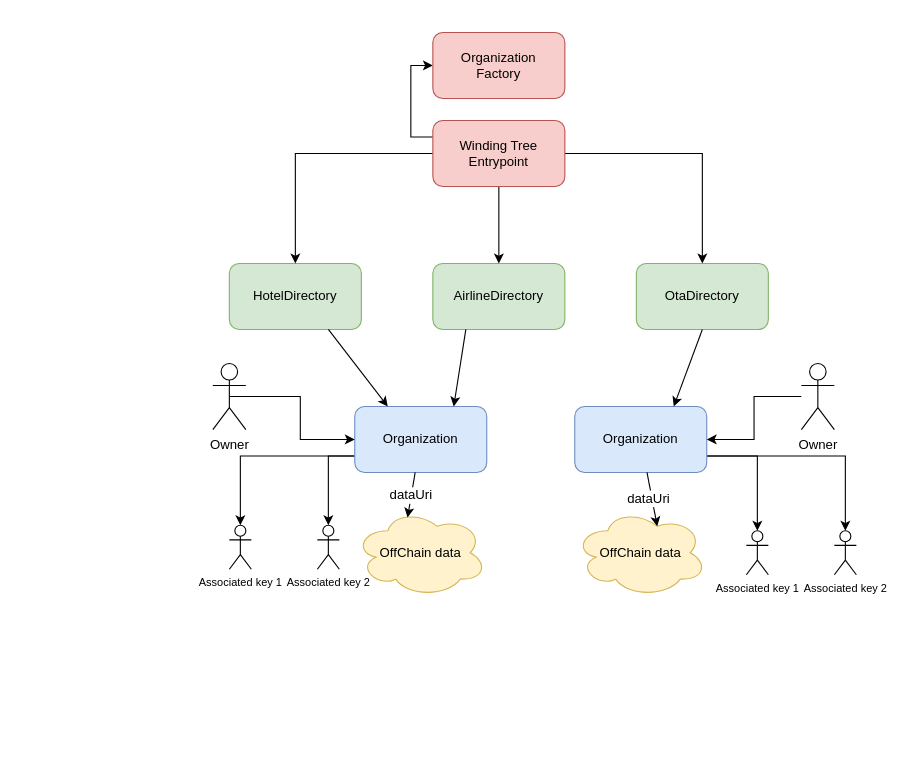
This is assets/contracts-schema.drawio from windingtree/org.id, a draw.io file, before an edit. Source tidied: cells renumbered, new cells numbered last; positions are measured from the earlier drawing's top-left corner, leaving out a move shared by most shapes. Both pictures are drawn from the tidied source at 110%, with x=0, y=0 at pixel (212, 32).
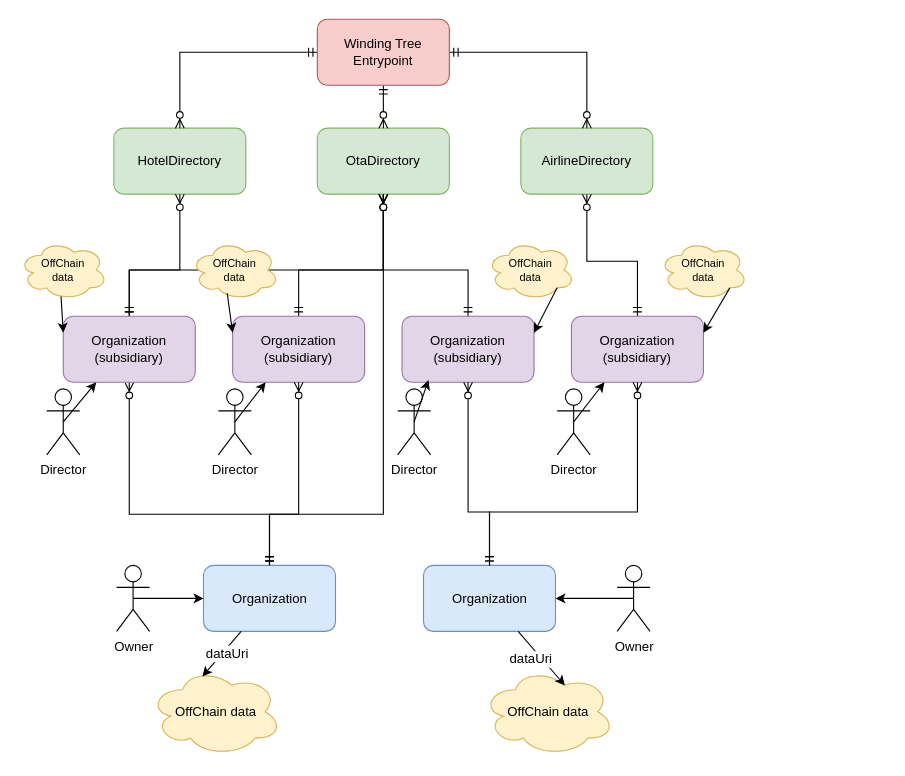
Above is the later version.

What changed in the source:
```diff
@@
-    <mxCell id="2" style="edgeStyle=orthogonalEdgeStyle;rounded=0;jettySize=auto;html=1;exitX=0;exitY=0.75;exitDx=0;exitDy=0;entryX=0.5;entryY=0;entryDx=0;entryDy=0;entryPerimeter=0;fontSize=10;" parent="1" edge="1" source="4" target="29">
-      <mxGeometry relative="1" as="geometry" />
-    </mxCell>
-    <mxCell id="3" style="edgeStyle=orthogonalEdgeStyle;rounded=0;jettySize=auto;html=1;exitX=0;exitY=0.75;exitDx=0;exitDy=0;entryX=0.5;entryY=0;entryDx=0;entryDy=0;entryPerimeter=0;fontSize=10;" parent="1" edge="1" source="4" target="30">
-      <mxGeometry relative="1" as="geometry">
-        <Array as="points">
-          <mxPoint x="105" y="385" />
-        </Array>
-      </mxGeometry>
-    </mxCell>
+    <mxCell id="34" style="edgeStyle=orthogonalEdgeStyle;rounded=0;jettySize=auto;html=1;exitX=0.5;exitY=0;exitDx=0;exitDy=0;entryX=0.5;entryY=1;entryDx=0;entryDy=0;startArrow=ERmandOne;startFill=0;endArrow=ERzeroToMany;endFill=1;" parent="1" edge="1" source="4" target="38">
+      <mxGeometry relative="1" as="geometry">
+        <Array as="points">
+          <mxPoint x="52" y="438" />
+          <mxPoint x="-76" y="438" />
+        </Array>
+      </mxGeometry>
+    </mxCell>
+    <mxCell id="35" style="edgeStyle=orthogonalEdgeStyle;rounded=0;jettySize=auto;html=1;exitX=0.5;exitY=0;exitDx=0;exitDy=0;entryX=0.5;entryY=1;entryDx=0;entryDy=0;startArrow=ERmandOne;startFill=0;endArrow=ERzeroToMany;endFill=1;" parent="1" edge="1" source="4" target="9">
+      <mxGeometry relative="1" as="geometry">
+        <Array as="points">
+          <mxPoint x="52" y="438" />
+          <mxPoint x="155" y="438" />
+        </Array>
+      </mxGeometry>
+    </mxCell>
     <mxCell id="4" value="Organization" style="rounded=1;whiteSpace=wrap;html=1;fillColor=#dae8fc;strokeColor=#6c8ebf;" parent="1" vertex="1">
-      <mxGeometry x="129" y="340" width="120" height="60" as="geometry" />
+      <mxGeometry x="-8.5" y="484.5" width="120" height="60" as="geometry" />
     </mxCell>
     <mxCell id="5" value="OffChain data" style="ellipse;shape=cloud;whiteSpace=wrap;html=1;fillColor=#fff2cc;strokeColor=#d6b656;" parent="1" vertex="1">
-      <mxGeometry x="129" y="433" width="120" height="80" as="geometry" />
+      <mxGeometry x="-57.5" y="577.5" width="120" height="80" as="geometry" />
     </mxCell>
@@
     <mxCell id="8" value="HotelDirectory" style="rounded=1;whiteSpace=wrap;html=1;fillColor=#d5e8d4;strokeColor=#82b366;" parent="1" vertex="1">
-      <mxGeometry x="15" y="210" width="120" height="60" as="geometry" />
+      <mxGeometry x="-90" y="87" width="120" height="60" as="geometry" />
     </mxCell>
-    <mxCell id="9" value="AirlineDirectory" style="rounded=1;whiteSpace=wrap;html=1;fillColor=#d5e8d4;strokeColor=#82b366;" parent="1" vertex="1">
-      <mxGeometry x="200" y="210" width="120" height="60" as="geometry" />
+    <mxCell id="9" value="OtaDirectory" style="rounded=1;whiteSpace=wrap;html=1;fillColor=#d5e8d4;strokeColor=#82b366;" parent="1" vertex="1">
+      <mxGeometry x="95" y="87" width="120" height="60" as="geometry" />
     </mxCell>
-    <mxCell id="10" value="OtaDirectory" style="rounded=1;whiteSpace=wrap;html=1;fillColor=#d5e8d4;strokeColor=#82b366;" parent="1" vertex="1">
-      <mxGeometry x="385" y="210" width="120" height="60" as="geometry" />
+    <mxCell id="10" value="&lt;span style=&quot;white-space: normal&quot;&gt;AirlineDirectory&lt;/span&gt;" style="rounded=1;whiteSpace=wrap;html=1;fillColor=#d5e8d4;strokeColor=#82b366;" parent="1" vertex="1">
+      <mxGeometry x="280" y="87" width="120" height="60" as="geometry" />
     </mxCell>
-    <mxCell id="11" style="edgeStyle=orthogonalEdgeStyle;rounded=0;jettySize=auto;html=1;exitX=1;exitY=0.75;exitDx=0;exitDy=0;entryX=0.5;entryY=0;entryDx=0;entryDy=0;entryPerimeter=0;fontSize=10;" parent="1" edge="1" source="13" target="31">
-      <mxGeometry relative="1" as="geometry" />
-    </mxCell>
-    <mxCell id="12" style="edgeStyle=orthogonalEdgeStyle;rounded=0;jettySize=auto;html=1;exitX=1;exitY=0.75;exitDx=0;exitDy=0;entryX=0.5;entryY=0;entryDx=0;entryDy=0;entryPerimeter=0;fontSize=10;" parent="1" edge="1" source="13" target="32">
-      <mxGeometry relative="1" as="geometry" />
-    </mxCell>
     <mxCell id="13" value="Organization" style="rounded=1;whiteSpace=wrap;html=1;fillColor=#dae8fc;strokeColor=#6c8ebf;" parent="1" vertex="1">
-      <mxGeometry x="329" y="340" width="120" height="60" as="geometry" />
+      <mxGeometry x="191.5" y="484.5" width="120" height="60" as="geometry" />
     </mxCell>
     <mxCell id="14" value="OffChain data" style="ellipse;shape=cloud;whiteSpace=wrap;html=1;fillColor=#fff2cc;strokeColor=#d6b656;" parent="1" vertex="1">
-      <mxGeometry x="329" y="433" width="120" height="80" as="geometry" />
+      <mxGeometry x="245" y="577.5" width="120" height="80" as="geometry" />
     </mxCell>
@@
-    <mxCell id="17" style="endArrow=classic;html=1;entryX=0.25;entryY=0;entryDx=0;entryDy=0;exitX=0.75;exitY=1;exitDx=0;exitDy=0;" parent="1" edge="1" source="8" target="4">
-      <mxGeometry relative="1" as="geometry" />
-    </mxCell>
-    <mxCell id="18" style="endArrow=classic;html=1;exitX=0.25;exitY=1;exitDx=0;exitDy=0;entryX=0.75;entryY=0;entryDx=0;entryDy=0;" parent="1" edge="1" source="9" target="4">
-      <mxGeometry relative="1" as="geometry" />
-    </mxCell>
-    <mxCell id="19" style="endArrow=classic;html=1;entryX=0.75;entryY=0;entryDx=0;entryDy=0;exitX=0.5;exitY=1;exitDx=0;exitDy=0;" parent="1" edge="1" source="10" target="13">
-      <mxGeometry relative="1" as="geometry" />
-    </mxCell>
@@
     <mxCell id="21" value="Owner&lt;br&gt;" style="shape=umlActor;verticalLabelPosition=bottom;labelBackgroundColor=#ffffff;verticalAlign=top;html=1;outlineConnect=0;" parent="1" vertex="1">
-      <mxGeometry y="301" width="30" height="60" as="geometry" />
+      <mxGeometry x="-87.5" y="484.5" width="30" height="60" as="geometry" />
     </mxCell>
-    <mxCell id="22" style="edgeStyle=orthogonalEdgeStyle;rounded=0;jettySize=auto;html=1;entryX=1;entryY=0.5;entryDx=0;entryDy=0;" parent="1" edge="1" source="23" target="13">
+    <mxCell id="22" style="edgeStyle=orthogonalEdgeStyle;rounded=0;jettySize=auto;html=1;entryX=1;entryY=0.5;entryDx=0;entryDy=0;exitX=0.5;exitY=0.5;exitDx=0;exitDy=0;exitPerimeter=0;" parent="1" edge="1" source="23" target="13">
       <mxGeometry relative="1" as="geometry" />
     </mxCell>
     <mxCell id="23" value="Owner&lt;br&gt;" style="shape=umlActor;verticalLabelPosition=bottom;labelBackgroundColor=#ffffff;verticalAlign=top;html=1;outlineConnect=0;" parent="1" vertex="1">
-      <mxGeometry x="535" y="301" width="30" height="60" as="geometry" />
+      <mxGeometry x="367.5" y="484.5" width="30" height="60" as="geometry" />
     </mxCell>
-    <mxCell id="24" style="edgeStyle=orthogonalEdgeStyle;rounded=0;jettySize=auto;html=1;" parent="1" edge="1" source="28" target="9">
+    <mxCell id="24" style="edgeStyle=orthogonalEdgeStyle;rounded=0;jettySize=auto;html=1;startArrow=ERmandOne;startFill=0;endArrow=ERzeroToMany;endFill=1;" parent="1" edge="1" source="28" target="9">
       <mxGeometry relative="1" as="geometry" />
     </mxCell>
-    <mxCell id="25" style="edgeStyle=orthogonalEdgeStyle;rounded=0;jettySize=auto;html=1;" parent="1" edge="1" source="28" target="10">
+    <mxCell id="25" style="edgeStyle=orthogonalEdgeStyle;rounded=0;jettySize=auto;html=1;startArrow=ERmandOne;startFill=0;endArrow=ERzeroToMany;endFill=1;" parent="1" edge="1" source="28" target="10">
       <mxGeometry relative="1" as="geometry" />
     </mxCell>
-    <mxCell id="26" style="edgeStyle=orthogonalEdgeStyle;rounded=0;jettySize=auto;html=1;" parent="1" edge="1" source="28" target="8">
+    <mxCell id="26" style="edgeStyle=orthogonalEdgeStyle;rounded=0;jettySize=auto;html=1;endArrow=ERzeroToMany;endFill=1;startArrow=ERmandOne;startFill=0;" parent="1" edge="1" source="28" target="8">
       <mxGeometry relative="1" as="geometry" />
     </mxCell>
-    <mxCell id="27" style="edgeStyle=orthogonalEdgeStyle;rounded=0;jettySize=auto;html=1;exitX=0;exitY=0.25;exitDx=0;exitDy=0;entryX=0;entryY=0.5;entryDx=0;entryDy=0;" parent="1" edge="1" source="28" target="33">
-      <mxGeometry relative="1" as="geometry">
-        <Array as="points">
-          <mxPoint x="180" y="95" />
-          <mxPoint x="180" y="30" />
-        </Array>
-      </mxGeometry>
-    </mxCell>
     <mxCell id="28" value="Winding Tree Entrypoint" style="rounded=1;whiteSpace=wrap;html=1;fillColor=#f8cecc;strokeColor=#b85450;" parent="1" vertex="1">
-      <mxGeometry x="200" y="80" width="120" height="60" as="geometry" />
+      <mxGeometry x="95" y="-12" width="120" height="60" as="geometry" />
     </mxCell>
-    <mxCell id="29" value="Associated key 1&lt;br style=&quot;font-size: 10px&quot;&gt;" style="shape=umlActor;verticalLabelPosition=bottom;labelBackgroundColor=#ffffff;verticalAlign=top;html=1;outlineConnect=0;fontSize=10;" parent="1" vertex="1">
-      <mxGeometry x="15" y="448" width="20" height="40" as="geometry" />
-    </mxCell>
-    <mxCell id="30" value="Associated key 2&lt;br style=&quot;font-size: 10px&quot;&gt;" style="shape=umlActor;verticalLabelPosition=bottom;labelBackgroundColor=#ffffff;verticalAlign=top;html=1;outlineConnect=0;fontSize=10;" parent="1" vertex="1">
-      <mxGeometry x="95" y="448" width="20" height="40" as="geometry" />
-    </mxCell>
-    <mxCell id="31" value="Associated key 1&lt;br style=&quot;font-size: 10px&quot;&gt;" style="shape=umlActor;verticalLabelPosition=bottom;labelBackgroundColor=#ffffff;verticalAlign=top;html=1;outlineConnect=0;fontSize=10;" parent="1" vertex="1">
-      <mxGeometry x="485" y="453" width="20" height="40" as="geometry" />
-    </mxCell>
-    <mxCell id="32" value="Associated key 2&lt;br style=&quot;font-size: 10px&quot;&gt;" style="shape=umlActor;verticalLabelPosition=bottom;labelBackgroundColor=#ffffff;verticalAlign=top;html=1;outlineConnect=0;fontSize=10;" parent="1" vertex="1">
-      <mxGeometry x="565" y="453" width="20" height="40" as="geometry" />
-    </mxCell>
-    <mxCell id="33" value="Organization&lt;br&gt;Factory&lt;br&gt;" style="rounded=1;whiteSpace=wrap;html=1;fillColor=#f8cecc;strokeColor=#b85450;" parent="1" vertex="1">
-      <mxGeometry x="200" width="120" height="60" as="geometry" />
-    </mxCell>
+    <mxCell id="36" style="edgeStyle=orthogonalEdgeStyle;rounded=0;jettySize=auto;html=1;exitX=0.5;exitY=0;exitDx=0;exitDy=0;entryX=0.5;entryY=1;entryDx=0;entryDy=0;startArrow=ERmandOne;startFill=0;endArrow=ERzeroToMany;endFill=1;" parent="1" edge="1" source="38" target="8">
+      <mxGeometry relative="1" as="geometry">
+        <Array as="points">
+          <mxPoint x="-76" y="216" />
+          <mxPoint x="-30" y="216" />
+        </Array>
+      </mxGeometry>
+    </mxCell>
+    <mxCell id="37" style="edgeStyle=orthogonalEdgeStyle;rounded=0;jettySize=auto;html=1;exitX=0.5;exitY=0;exitDx=0;exitDy=0;entryX=0.5;entryY=1;entryDx=0;entryDy=0;startArrow=ERmandOne;startFill=0;endArrow=ERzeroToMany;endFill=1;" parent="1" edge="1" source="38" target="9">
+      <mxGeometry relative="1" as="geometry">
+        <Array as="points">
+          <mxPoint x="-76" y="216" />
+          <mxPoint x="155" y="216" />
+        </Array>
+      </mxGeometry>
+    </mxCell>
+    <mxCell id="38" value="Organization&lt;br&gt;(subsidiary)" style="rounded=1;whiteSpace=wrap;html=1;fillColor=#e1d5e7;strokeColor=#9673a6;" parent="1" vertex="1">
+      <mxGeometry x="-136" y="258" width="120" height="60" as="geometry" />
+    </mxCell>
+    <mxCell id="39" style="edgeStyle=orthogonalEdgeStyle;rounded=0;jettySize=auto;html=1;exitX=0.5;exitY=0;exitDx=0;exitDy=0;entryX=0.5;entryY=1;entryDx=0;entryDy=0;startArrow=ERmandOne;startFill=0;endArrow=ERzeroToMany;endFill=1;" parent="1" edge="1" source="40" target="9">
+      <mxGeometry relative="1" as="geometry">
+        <Array as="points">
+          <mxPoint x="78" y="216" />
+          <mxPoint x="155" y="216" />
+        </Array>
+      </mxGeometry>
+    </mxCell>
+    <mxCell id="40" value="Organization&lt;br&gt;(subsidiary)" style="rounded=1;whiteSpace=wrap;html=1;fillColor=#e1d5e7;strokeColor=#9673a6;" parent="1" vertex="1">
+      <mxGeometry x="18" y="258" width="120" height="60" as="geometry" />
+    </mxCell>
+    <mxCell id="41" style="edgeStyle=orthogonalEdgeStyle;rounded=0;jettySize=auto;html=1;exitX=0.5;exitY=0;exitDx=0;exitDy=0;entryX=0.5;entryY=1;entryDx=0;entryDy=0;startArrow=ERmandOne;startFill=0;endArrow=ERzeroToMany;endFill=1;" parent="1" edge="1" source="42" target="9">
+      <mxGeometry relative="1" as="geometry">
+        <Array as="points">
+          <mxPoint x="232" y="216" />
+          <mxPoint x="155" y="216" />
+        </Array>
+      </mxGeometry>
+    </mxCell>
+    <mxCell id="42" value="Organization&lt;br&gt;(subsidiary)" style="rounded=1;whiteSpace=wrap;html=1;fillColor=#e1d5e7;strokeColor=#9673a6;" parent="1" vertex="1">
+      <mxGeometry x="172" y="258" width="120" height="60" as="geometry" />
+    </mxCell>
+    <mxCell id="43" style="edgeStyle=orthogonalEdgeStyle;rounded=0;jettySize=auto;html=1;exitX=0.5;exitY=0;exitDx=0;exitDy=0;entryX=0.5;entryY=1;entryDx=0;entryDy=0;startArrow=ERmandOne;startFill=0;endArrow=ERzeroToMany;endFill=1;" parent="1" edge="1" source="44" target="10">
+      <mxGeometry relative="1" as="geometry">
+        <Array as="points">
+          <mxPoint x="386" y="208" />
+          <mxPoint x="340" y="208" />
+        </Array>
+      </mxGeometry>
+    </mxCell>
+    <mxCell id="44" value="Organization&lt;br&gt;(subsidiary)" style="rounded=1;whiteSpace=wrap;html=1;fillColor=#e1d5e7;strokeColor=#9673a6;" parent="1" vertex="1">
+      <mxGeometry x="326" y="258" width="120" height="60" as="geometry" />
+    </mxCell>
+    <mxCell id="45" value="Director" style="shape=umlActor;verticalLabelPosition=bottom;labelBackgroundColor=#ffffff;verticalAlign=top;html=1;outlineConnect=0;" parent="1" vertex="1">
+      <mxGeometry x="-151" y="324" width="30" height="60" as="geometry" />
+    </mxCell>
+    <mxCell id="46" value="Director" style="shape=umlActor;verticalLabelPosition=bottom;labelBackgroundColor=#ffffff;verticalAlign=top;html=1;outlineConnect=0;" parent="1" vertex="1">
+      <mxGeometry x="5" y="324" width="30" height="60" as="geometry" />
+    </mxCell>
+    <mxCell id="47" value="Director" style="shape=umlActor;verticalLabelPosition=bottom;labelBackgroundColor=#ffffff;verticalAlign=top;html=1;outlineConnect=0;" parent="1" vertex="1">
+      <mxGeometry x="168" y="324" width="30" height="60" as="geometry" />
+    </mxCell>
+    <mxCell id="48" value="Director" style="shape=umlActor;verticalLabelPosition=bottom;labelBackgroundColor=#ffffff;verticalAlign=top;html=1;outlineConnect=0;" parent="1" vertex="1">
+      <mxGeometry x="313" y="324" width="30" height="60" as="geometry" />
+    </mxCell>
+    <mxCell id="49" style="endArrow=classic;html=1;exitX=0.5;exitY=0.5;exitDx=0;exitDy=0;exitPerimeter=0;entryX=0.25;entryY=1;entryDx=0;entryDy=0;" parent="1" edge="1" source="45" target="38">
+      <mxGeometry relative="1" as="geometry" />
+    </mxCell>
+    <mxCell id="50" style="endArrow=classic;html=1;exitX=0.5;exitY=0.5;exitDx=0;exitDy=0;exitPerimeter=0;entryX=0.25;entryY=1;entryDx=0;entryDy=0;" parent="1" edge="1" source="46" target="40">
+      <mxGeometry relative="1" as="geometry" />
+    </mxCell>
+    <mxCell id="51" style="endArrow=classic;html=1;exitX=0.5;exitY=0.5;exitDx=0;exitDy=0;exitPerimeter=0;entryX=0.2;entryY=0.967;entryDx=0;entryDy=0;entryPerimeter=0;" parent="1" edge="1" source="47" target="42">
+      <mxGeometry relative="1" as="geometry" />
+    </mxCell>
+    <mxCell id="52" style="endArrow=classic;html=1;exitX=0.5;exitY=0.5;exitDx=0;exitDy=0;exitPerimeter=0;entryX=0.25;entryY=1;entryDx=0;entryDy=0;" parent="1" edge="1" source="48" target="44">
+      <mxGeometry relative="1" as="geometry" />
+    </mxCell>
+    <mxCell id="53" style="edgeStyle=orthogonalEdgeStyle;rounded=0;jettySize=auto;html=1;entryX=0.5;entryY=1;entryDx=0;entryDy=0;startArrow=ERmandOne;startFill=0;endArrow=ERzeroToMany;endFill=1;exitX=0.5;exitY=0;exitDx=0;exitDy=0;" parent="1" edge="1" source="4" target="40">
+      <mxGeometry relative="1" as="geometry">
+        <Array as="points">
+          <mxPoint x="52" y="438" />
+          <mxPoint x="78" y="438" />
+        </Array>
+      </mxGeometry>
+    </mxCell>
+    <mxCell id="54" style="edgeStyle=orthogonalEdgeStyle;rounded=0;jettySize=auto;html=1;exitX=0.5;exitY=0;exitDx=0;exitDy=0;entryX=0.5;entryY=1;entryDx=0;entryDy=0;startArrow=ERmandOne;startFill=0;endArrow=ERzeroToMany;endFill=1;" parent="1" edge="1" source="13" target="42">
+      <mxGeometry relative="1" as="geometry">
+        <Array as="points">
+          <mxPoint x="252" y="436" />
+          <mxPoint x="232" y="436" />
+        </Array>
+      </mxGeometry>
+    </mxCell>
+    <mxCell id="55" style="edgeStyle=orthogonalEdgeStyle;rounded=0;jettySize=auto;html=1;exitX=0.5;exitY=0;exitDx=0;exitDy=0;entryX=0.5;entryY=1;entryDx=0;entryDy=0;startArrow=ERmandOne;startFill=0;endArrow=ERzeroToMany;endFill=1;" parent="1" edge="1" source="13" target="44">
+      <mxGeometry relative="1" as="geometry">
+        <Array as="points">
+          <mxPoint x="252" y="436" />
+          <mxPoint x="386" y="436" />
+        </Array>
+      </mxGeometry>
+    </mxCell>
+    <mxCell id="56" value="OffChain&lt;br&gt;data" style="ellipse;shape=cloud;whiteSpace=wrap;html=1;fillColor=#fff2cc;strokeColor=#d6b656;fontSize=10;" parent="1" vertex="1">
+      <mxGeometry x="-176" y="189" width="80" height="54" as="geometry" />
+    </mxCell>
+    <mxCell id="57" value="OffChain&lt;br&gt;data" style="ellipse;shape=cloud;whiteSpace=wrap;html=1;fillColor=#fff2cc;strokeColor=#d6b656;fontSize=10;" parent="1" vertex="1">
+      <mxGeometry x="-20" y="189" width="80" height="54" as="geometry" />
+    </mxCell>
+    <mxCell id="58" value="OffChain&lt;br&gt;data" style="ellipse;shape=cloud;whiteSpace=wrap;html=1;fillColor=#fff2cc;strokeColor=#d6b656;fontSize=10;" parent="1" vertex="1">
+      <mxGeometry x="249" y="189" width="80" height="54" as="geometry" />
+    </mxCell>
+    <mxCell id="59" value="OffChain&lt;br&gt;data" style="ellipse;shape=cloud;whiteSpace=wrap;html=1;fillColor=#fff2cc;strokeColor=#d6b656;fontSize=10;" parent="1" vertex="1">
+      <mxGeometry x="406" y="189" width="80" height="54" as="geometry" />
+    </mxCell>
+    <mxCell id="60" style="endArrow=classic;html=1;fontSize=10;exitX=0.475;exitY=0.944;exitDx=0;exitDy=0;exitPerimeter=0;entryX=0;entryY=0.25;entryDx=0;entryDy=0;" parent="1" edge="1" source="56" target="38">
+      <mxGeometry relative="1" as="geometry" />
+    </mxCell>
+    <mxCell id="61" style="endArrow=classic;html=1;fontSize=10;exitX=0.413;exitY=0.889;exitDx=0;exitDy=0;exitPerimeter=0;entryX=0;entryY=0.25;entryDx=0;entryDy=0;" parent="1" edge="1" source="57" target="40">
+      <mxGeometry relative="1" as="geometry" />
+    </mxCell>
+    <mxCell id="62" style="endArrow=classic;html=1;fontSize=10;exitX=0.8;exitY=0.8;exitDx=0;exitDy=0;exitPerimeter=0;entryX=1;entryY=0.25;entryDx=0;entryDy=0;" parent="1" edge="1" source="58" target="42">
+      <mxGeometry relative="1" as="geometry" />
+    </mxCell>
+    <mxCell id="63" style="endArrow=classic;html=1;fontSize=10;exitX=0.8;exitY=0.8;exitDx=0;exitDy=0;exitPerimeter=0;entryX=1;entryY=0.25;entryDx=0;entryDy=0;" parent="1" edge="1" source="59" target="44">
+      <mxGeometry relative="1" as="geometry" />
+    </mxCell>
```
